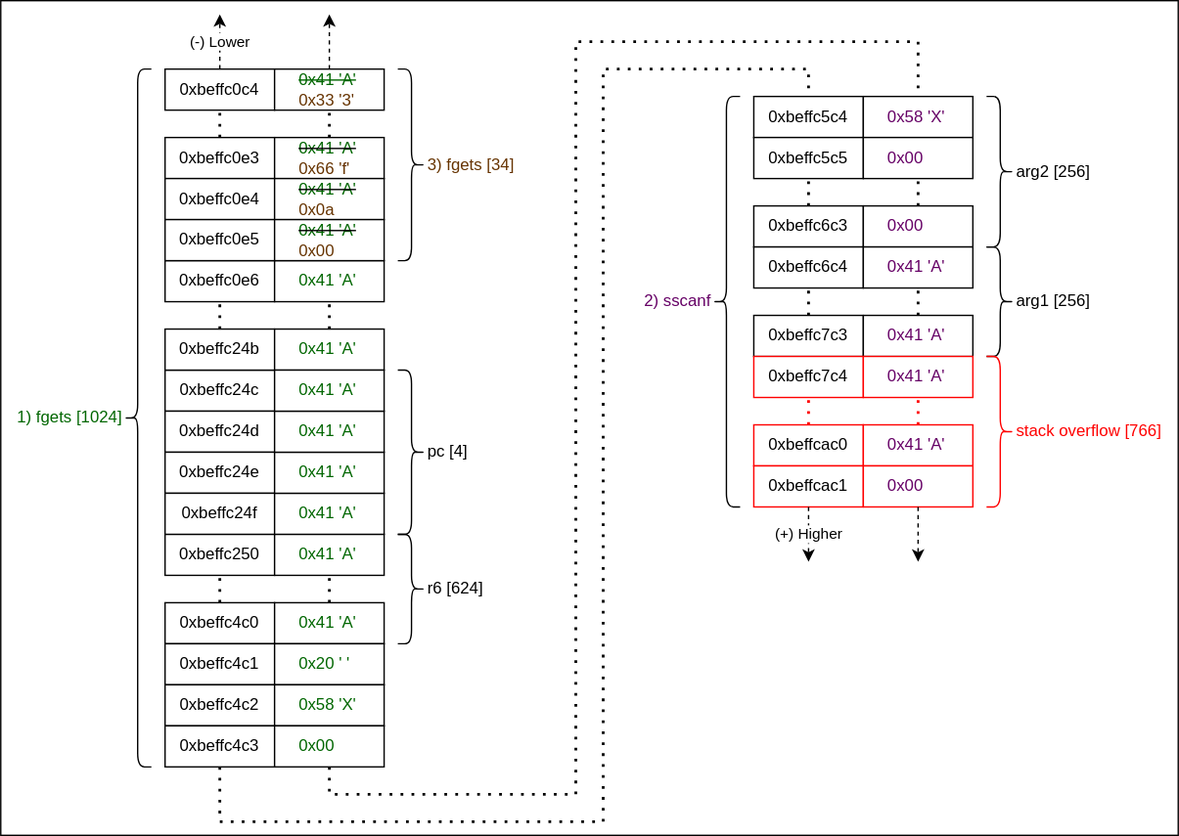
This is images/Memory_Layout-PoV.svg from cyber-defence-campus/netgear_r6700v3_circled, a draw.io export, as it was before one commit. Source tidied: cells renumbered, new cells last; positions are measured from the earlier drawing's top-left corner, leaving out a move shared by most shapes.
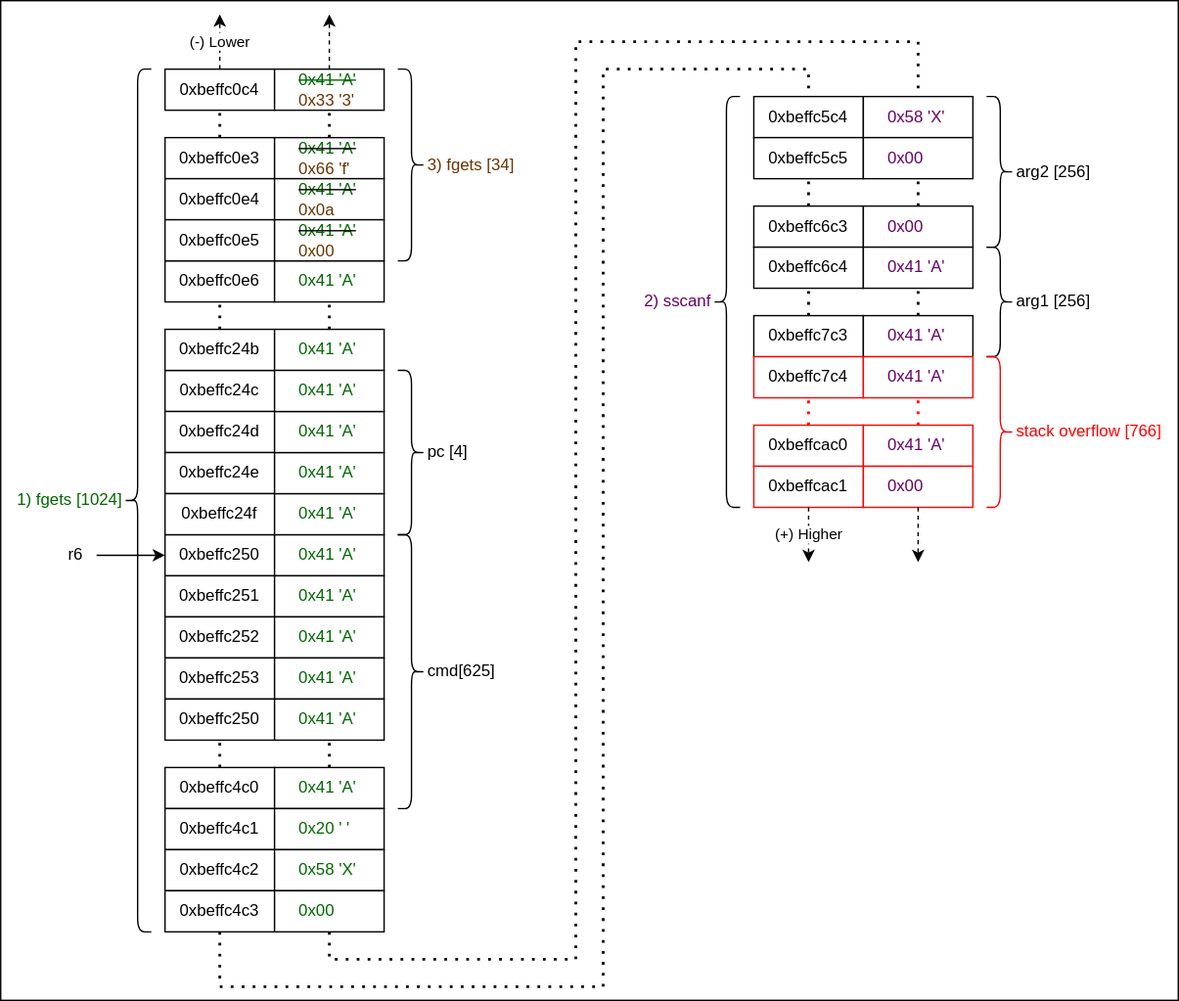
Later version of the same file.

Change to the diagram source:
```diff
@@ -2,20 +2,20 @@
   <root>
     <mxCell id="0" />
     <mxCell id="1" parent="0" />
-    <mxCell id="2" style="rounded=0;whiteSpace=wrap;html=1;" parent="1" vertex="1">
-      <mxGeometry width="860" height="610" as="geometry" />
-    </mxCell>
+    <mxCell id="75" style="rounded=0;whiteSpace=wrap;html=1;" parent="1" vertex="1">
+      <mxGeometry width="860" height="730" as="geometry" />
+    </mxCell>
     <mxCell id="3" value="0xbeffc0e6" style="rounded=0;whiteSpace=wrap;html=1;verticalAlign=middle;" parent="1" vertex="1">
       <mxGeometry x="120" y="190" width="80" height="30" as="geometry" />
     </mxCell>
     <mxCell id="4" value="0xbeffc4c0" style="rounded=0;whiteSpace=wrap;html=1;verticalAlign=middle;" parent="1" vertex="1">
-      <mxGeometry x="120" y="440" width="80" height="30" as="geometry" />
+      <mxGeometry x="120" y="560" width="80" height="30" as="geometry" />
     </mxCell>
     <mxCell id="5" value="0x41 'A'" style="rounded=0;whiteSpace=wrap;html=1;verticalAlign=middle;fontColor=#006600;align=left;spacingLeft=16;" parent="1" vertex="1">
       <mxGeometry x="200" y="190" width="80" height="30" as="geometry" />
     </mxCell>
     <mxCell id="6" value="0x41 'A'" style="rounded=0;whiteSpace=wrap;html=1;verticalAlign=middle;fontColor=#006600;align=left;spacingLeft=16;" parent="1" vertex="1">
-      <mxGeometry x="200" y="440" width="80" height="30" as="geometry" />
+      <mxGeometry x="200" y="560" width="80" height="30" as="geometry" />
     </mxCell>
     <mxCell id="7" style="endArrow=none;dashed=1;html=1;dashPattern=1 3;strokeWidth=2;rounded=0;entryX=0.5;entryY=1;entryDx=0;entryDy=0;" parent="1" edge="1" target="3">
       <mxGeometry relative="1" as="geometry">
@@ -72,28 +72,28 @@
       </mxGeometry>
     </mxCell>
     <mxCell id="21" value="0xbeffc4c1" style="rounded=0;whiteSpace=wrap;html=1;verticalAlign=middle;" parent="1" vertex="1">
-      <mxGeometry x="120" y="470" width="80" height="30" as="geometry" />
+      <mxGeometry x="120" y="590" width="80" height="30" as="geometry" />
     </mxCell>
     <mxCell id="22" value="0x20 ' '" style="rounded=0;whiteSpace=wrap;html=1;verticalAlign=middle;fontColor=#006600;align=left;spacingLeft=16;" parent="1" vertex="1">
-      <mxGeometry x="200" y="470" width="80" height="30" as="geometry" />
+      <mxGeometry x="200" y="590" width="80" height="30" as="geometry" />
     </mxCell>
     <mxCell id="23" value="0xbeffc4c2" style="rounded=0;whiteSpace=wrap;html=1;verticalAlign=middle;" parent="1" vertex="1">
-      <mxGeometry x="120" y="500" width="80" height="30" as="geometry" />
+      <mxGeometry x="120" y="620" width="80" height="30" as="geometry" />
     </mxCell>
     <mxCell id="24" value="0x58 'X'" style="rounded=0;whiteSpace=wrap;html=1;verticalAlign=middle;fontColor=#006600;align=left;spacingLeft=16;" parent="1" vertex="1">
-      <mxGeometry x="200" y="500" width="80" height="30" as="geometry" />
+      <mxGeometry x="200" y="620" width="80" height="30" as="geometry" />
     </mxCell>
     <mxCell id="25" value="0xbeffc4c3" style="rounded=0;whiteSpace=wrap;html=1;verticalAlign=middle;" parent="1" vertex="1">
-      <mxGeometry x="120" y="530" width="80" height="30" as="geometry" />
+      <mxGeometry x="120" y="650" width="80" height="30" as="geometry" />
     </mxCell>
     <mxCell id="26" value="0x00" style="rounded=0;whiteSpace=wrap;html=1;verticalAlign=middle;fontColor=#006600;align=left;spacingLeft=16;" parent="1" vertex="1">
-      <mxGeometry x="200" y="530" width="80" height="30" as="geometry" />
+      <mxGeometry x="200" y="650" width="80" height="30" as="geometry" />
     </mxCell>
     <mxCell id="27" value="3) fgets [34]" style="shape=curlyBracket;html=1;rounded=1;flipH=1;labelPosition=right;verticalLabelPosition=middle;align=left;verticalAlign=middle;fontColor=#663300;" parent="1" vertex="1">
       <mxGeometry x="290" y="50" width="20" height="140" as="geometry" />
     </mxCell>
     <mxCell id="28" value="1) fgets [1024]" style="shape=curlyBracket;html=1;rounded=1;labelPosition=left;verticalLabelPosition=middle;align=right;verticalAlign=middle;fontColor=#006600;" parent="1" vertex="1">
-      <mxGeometry x="90" y="50" width="20" height="510" as="geometry" />
+      <mxGeometry x="90" y="50" width="20" height="630" as="geometry" />
     </mxCell>
     <mxCell id="29" value="0xbeffc5c4" style="rounded=0;whiteSpace=wrap;html=1;verticalAlign=middle;" parent="1" vertex="1">
       <mxGeometry x="550" y="70" width="80" height="30" as="geometry" />
@@ -188,8 +188,8 @@
       <mxGeometry relative="1" as="geometry">
         <mxPoint x="670" y="70" as="targetPoint" />
         <Array as="points">
-          <mxPoint x="240" y="560" />
-          <mxPoint x="240" y="580" />
+          <mxPoint x="240" y="700" />
+          <mxPoint x="420" y="700" />
           <mxPoint x="420" y="580" />
           <mxPoint x="420" y="30" />
           <mxPoint x="670" y="30" />
@@ -200,8 +200,8 @@
       <mxGeometry relative="1" as="geometry">
         <mxPoint x="590" y="70" as="targetPoint" />
         <Array as="points">
-          <mxPoint x="160" y="600" />
-          <mxPoint x="440" y="600" />
+          <mxPoint x="160" y="720" />
+          <mxPoint x="440" y="720" />
           <mxPoint x="440" y="50" />
           <mxPoint x="590" y="50" />
         </Array>
@@ -216,15 +216,11 @@
     <mxCell id="60" value="0x41 'A'" style="rounded=0;whiteSpace=wrap;html=1;verticalAlign=middle;fontColor=#006600;align=left;spacingLeft=16;" parent="1" vertex="1">
       <mxGeometry x="200" y="390" width="80" height="30" as="geometry" />
     </mxCell>
-    <mxCell id="61" style="endArrow=none;dashed=1;html=1;dashPattern=1 3;strokeWidth=2;rounded=0;exitX=0.5;exitY=0;exitDx=0;exitDy=0;" parent="1" edge="1" source="4">
-      <mxGeometry relative="1" as="geometry">
-        <mxPoint x="160" y="420" as="targetPoint" />
-      </mxGeometry>
+    <mxCell id="61" style="endArrow=none;dashed=1;html=1;dashPattern=1 3;strokeWidth=2;rounded=0;exitX=0.5;exitY=0;exitDx=0;exitDy=0;entryX=0.5;entryY=1;entryDx=0;entryDy=0;" parent="1" edge="1" source="4" target="82">
+      <mxGeometry relative="1" as="geometry" />
     </mxCell>
-    <mxCell id="62" style="endArrow=none;dashed=1;html=1;dashPattern=1 3;strokeWidth=2;rounded=0;exitX=0.5;exitY=0;exitDx=0;exitDy=0;" parent="1" edge="1" source="6">
-      <mxGeometry relative="1" as="geometry">
-        <mxPoint x="240" y="420" as="targetPoint" />
-      </mxGeometry>
+    <mxCell id="62" style="endArrow=none;dashed=1;html=1;dashPattern=1 3;strokeWidth=2;rounded=0;exitX=0.5;exitY=0;exitDx=0;exitDy=0;entryX=0.5;entryY=1;entryDx=0;entryDy=0;" parent="1" edge="1" source="6" target="83">
+      <mxGeometry relative="1" as="geometry" />
     </mxCell>
     <mxCell id="63" value="0xbeffc24c" style="rounded=0;whiteSpace=wrap;html=1;verticalAlign=middle;" parent="1" vertex="1">
       <mxGeometry x="120" y="270" width="80" height="30" as="geometry" />
@@ -238,8 +234,8 @@
     <mxCell id="66" value="0xbeffc24f" style="rounded=0;whiteSpace=wrap;html=1;verticalAlign=middle;" parent="1" vertex="1">
       <mxGeometry x="120" y="360" width="80" height="30" as="geometry" />
     </mxCell>
-    <mxCell id="67" value="r6 [624]" style="shape=curlyBracket;html=1;rounded=1;flipH=1;labelPosition=right;verticalLabelPosition=middle;align=left;verticalAlign=middle;" parent="1" vertex="1">
-      <mxGeometry x="290" y="390" width="20" height="80" as="geometry" />
+    <mxCell id="67" value="cmd[625]" style="shape=curlyBracket;html=1;rounded=1;flipH=1;labelPosition=right;verticalLabelPosition=middle;align=left;verticalAlign=middle;" parent="1" vertex="1">
+      <mxGeometry x="290" y="390" width="20" height="200" as="geometry" />
     </mxCell>
     <mxCell id="68" value="0xbeffc24b" style="rounded=0;whiteSpace=wrap;html=1;verticalAlign=middle;" parent="1" vertex="1">
       <mxGeometry x="120" y="240" width="80" height="30" as="geometry" />
@@ -262,5 +258,35 @@
     <mxCell id="74" value="pc [4]" style="shape=curlyBracket;html=1;rounded=1;flipH=1;labelPosition=right;verticalLabelPosition=middle;align=left;verticalAlign=middle;" parent="1" vertex="1">
       <mxGeometry x="290" y="270" width="20" height="120" as="geometry" />
     </mxCell>
+    <mxCell id="76" value="0xbeffc251" style="rounded=0;whiteSpace=wrap;html=1;verticalAlign=middle;" parent="1" vertex="1">
+      <mxGeometry x="120" y="420" width="80" height="30" as="geometry" />
+    </mxCell>
+    <mxCell id="77" value="0x41 'A'" style="rounded=0;whiteSpace=wrap;html=1;verticalAlign=middle;fontColor=#006600;align=left;spacingLeft=16;" parent="1" vertex="1">
+      <mxGeometry x="200" y="420" width="80" height="30" as="geometry" />
+    </mxCell>
+    <mxCell id="78" value="0xbeffc252" style="rounded=0;whiteSpace=wrap;html=1;verticalAlign=middle;" parent="1" vertex="1">
+      <mxGeometry x="120" y="450" width="80" height="30" as="geometry" />
+    </mxCell>
+    <mxCell id="79" value="0x41 'A'" style="rounded=0;whiteSpace=wrap;html=1;verticalAlign=middle;fontColor=#006600;align=left;spacingLeft=16;" parent="1" vertex="1">
+      <mxGeometry x="200" y="450" width="80" height="30" as="geometry" />
+    </mxCell>
+    <mxCell id="80" value="0xbeffc253" style="rounded=0;whiteSpace=wrap;html=1;verticalAlign=middle;" parent="1" vertex="1">
+      <mxGeometry x="120" y="480" width="80" height="30" as="geometry" />
+    </mxCell>
+    <mxCell id="81" value="0x41 'A'" style="rounded=0;whiteSpace=wrap;html=1;verticalAlign=middle;fontColor=#006600;align=left;spacingLeft=16;" parent="1" vertex="1">
+      <mxGeometry x="200" y="480" width="80" height="30" as="geometry" />
+    </mxCell>
+    <mxCell id="82" value="0xbeffc250" style="rounded=0;whiteSpace=wrap;html=1;verticalAlign=middle;" parent="1" vertex="1">
+      <mxGeometry x="120" y="510" width="80" height="30" as="geometry" />
+    </mxCell>
+    <mxCell id="83" value="0x41 'A'" style="rounded=0;whiteSpace=wrap;html=1;verticalAlign=middle;fontColor=#006600;align=left;spacingLeft=16;" parent="1" vertex="1">
+      <mxGeometry x="200" y="510" width="80" height="30" as="geometry" />
+    </mxCell>
+    <mxCell id="84" style="endArrow=classic;html=1;rounded=0;entryX=0;entryY=0.5;entryDx=0;entryDy=0;exitX=1;exitY=0.5;exitDx=0;exitDy=0;" parent="1" edge="1" source="85" target="59">
+      <mxGeometry relative="1" as="geometry" />
+    </mxCell>
+    <mxCell id="85" value="r6" style="text;html=1;align=center;verticalAlign=middle;whiteSpace=wrap;rounded=0;" parent="1" vertex="1">
+      <mxGeometry x="40" y="390" width="30" height="30" as="geometry" />
+    </mxCell>
   </root>
 </mxGraphModel>
```
